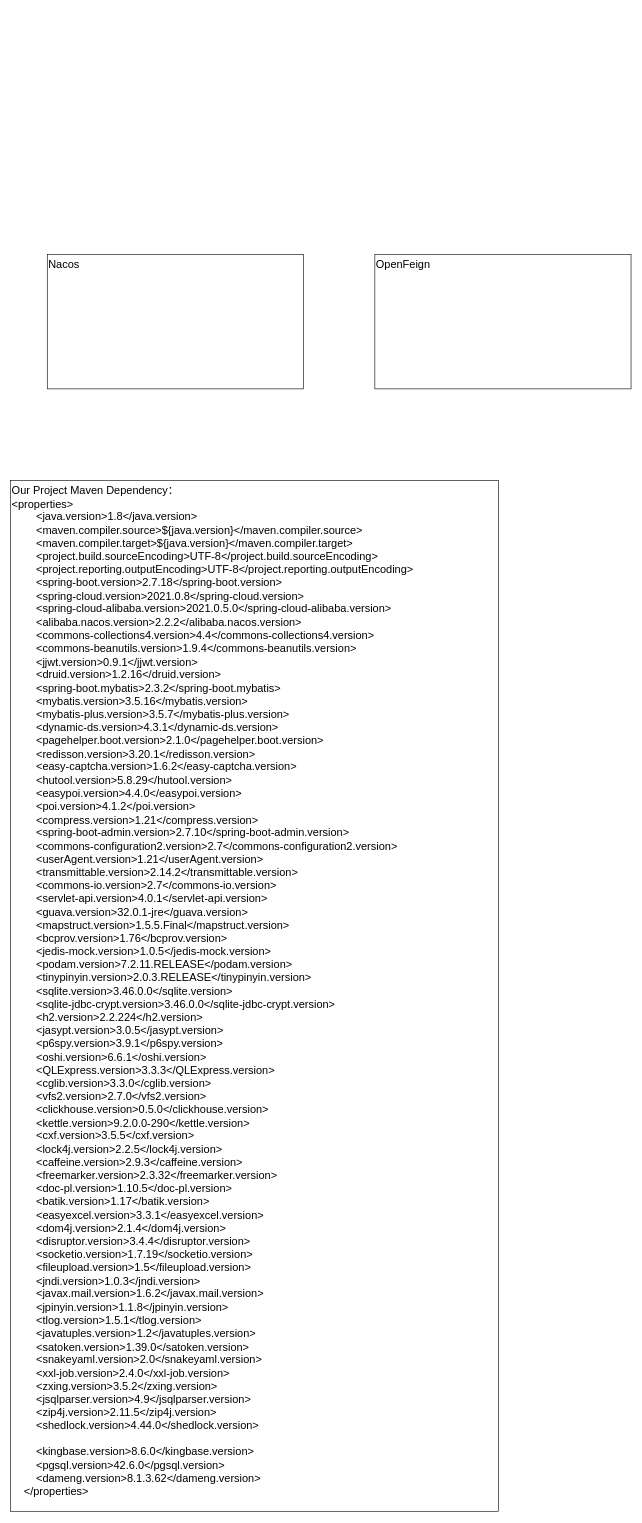
The draw.io diagram JAVA/微服务.drawio in KGwolf/MyDraw, before the edit. Source tidied: cells renumbered, new cells numbered last; positions are measured from the earlier drawing's top-left corner, leaving out a move shared by most shapes. Both pictures are drawn from the tidied source at 61%, with x=0, y=0 at pixel (10, 254).
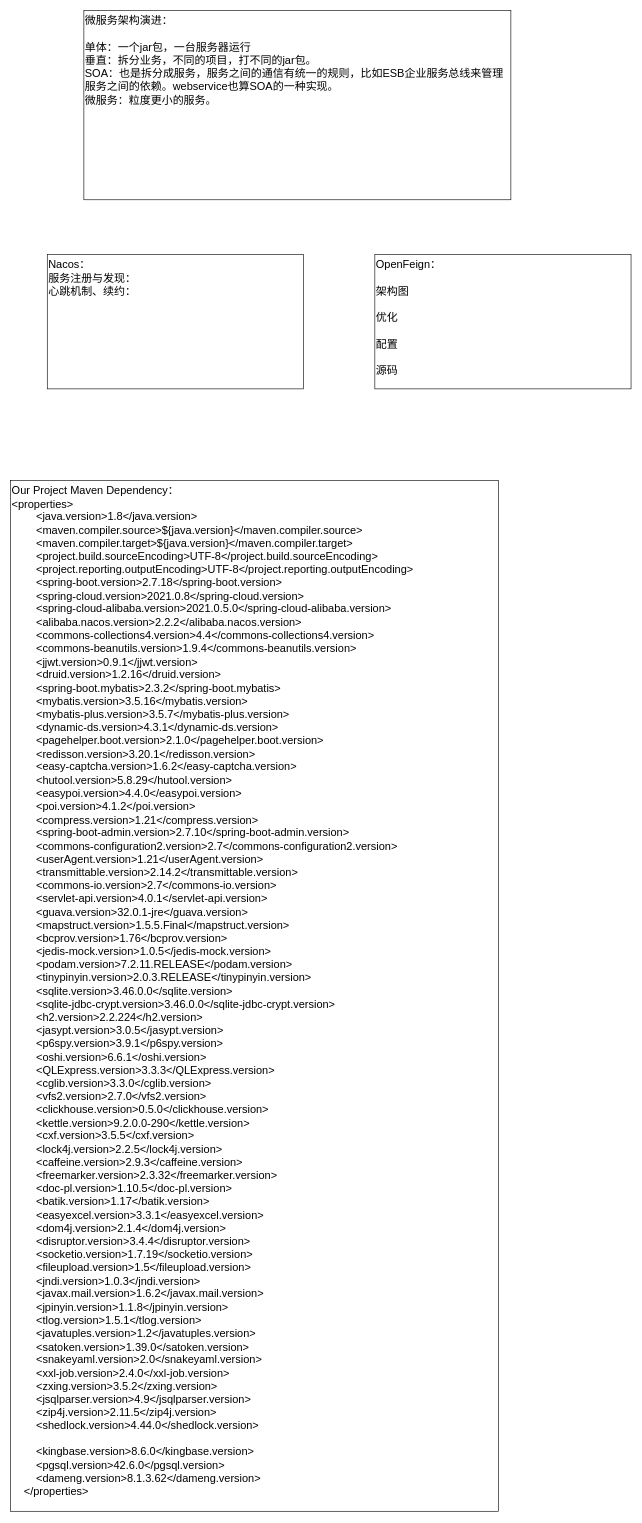
The same page after the edit.

Commit message:
更新微服务.drawio

Diff of the diagram source:
```diff
@@
 <mxGraphModel>
   <root>
     <mxCell id="0" />
     <mxCell id="1" parent="0" />
-    <mxCell id="2" value="Nacos&lt;div&gt;&lt;br&gt;&lt;/div&gt;" style="rounded=0;whiteSpace=wrap;html=1;fontSize=18;verticalAlign=top;align=left;" parent="1" vertex="1">
+    <mxCell id="2" value="Nacos：&lt;div&gt;服务注册与发现：&lt;/div&gt;&lt;div&gt;心跳机制、续约：&lt;br&gt;&lt;div&gt;&lt;br&gt;&lt;/div&gt;&lt;/div&gt;" style="rounded=0;whiteSpace=wrap;html=1;fontSize=18;verticalAlign=top;align=left;" parent="1" vertex="1">
       <mxGeometry x="60" width="420" height="220" as="geometry" />
     </mxCell>
-    <mxCell id="3" value="&lt;div&gt;OpenFeign&lt;/div&gt;" style="rounded=0;whiteSpace=wrap;html=1;fontSize=18;verticalAlign=top;align=left;" parent="1" vertex="1">
+    <mxCell id="3" value="&lt;div&gt;OpenFeign：&lt;/div&gt;&lt;div&gt;&lt;br&gt;&lt;/div&gt;&lt;div&gt;架构图&lt;/div&gt;&lt;div&gt;&lt;br&gt;&lt;/div&gt;&lt;div&gt;优化&lt;/div&gt;&lt;div&gt;&lt;br&gt;&lt;/div&gt;&lt;div&gt;配置&lt;/div&gt;&lt;div&gt;&lt;br&gt;&lt;/div&gt;&lt;div&gt;源码&lt;/div&gt;" style="rounded=0;whiteSpace=wrap;html=1;fontSize=18;verticalAlign=top;align=left;" parent="1" vertex="1">
       <mxGeometry x="597" width="420" height="220" as="geometry" />
     </mxCell>
     <mxCell id="4" value="Our Project Maven Dependency：&lt;div&gt;&lt;div&gt;&amp;lt;properties&amp;gt;&lt;/div&gt;&lt;div&gt;&amp;nbsp; &amp;nbsp; &amp;nbsp; &amp;nbsp; &amp;lt;java.version&amp;gt;1.8&amp;lt;/java.version&amp;gt;&lt;/div&gt;&lt;div&gt;&amp;nbsp; &amp;nbsp; &amp;nbsp; &amp;nbsp; &amp;lt;maven.compiler.source&amp;gt;${java.version}&amp;lt;/maven.compiler.source&amp;gt;&lt;/div&gt;&lt;div&gt;&amp;nbsp; &amp;nbsp; &amp;nbsp; &amp;nbsp; &amp;lt;maven.compiler.target&amp;gt;${java.version}&amp;lt;/maven.compiler.target&amp;gt;&lt;/div&gt;&lt;div&gt;&amp;nbsp; &amp;nbsp; &amp;nbsp; &amp;nbsp; &amp;lt;project.build.sourceEncoding&amp;gt;UTF-8&amp;lt;/project.build.sourceEncoding&amp;gt;&lt;/div&gt;&lt;div&gt;&amp;nbsp; &amp;nbsp; &amp;nbsp; &amp;nbsp; &amp;lt;project.reporting.outputEncoding&amp;gt;UTF-8&amp;lt;/project.reporting.outputEncoding&amp;gt;&lt;/div&gt;&lt;div&gt;&amp;nbsp; &amp;nbsp; &amp;nbsp; &amp;nbsp; &amp;lt;spring-boot.version&amp;gt;2.7.18&amp;lt;/spring-boot.version&amp;gt;&lt;/div&gt;&lt;div&gt;&amp;nbsp; &amp;nbsp; &amp;nbsp; &amp;nbsp; &amp;lt;spring-cloud.version&amp;gt;2021.0.8&amp;lt;/spring-cloud.version&amp;gt;&lt;/div&gt;&lt;div&gt;&amp;nbsp; &amp;nbsp; &amp;nbsp; &amp;nbsp; &amp;lt;spring-cloud-alibaba.version&amp;gt;2021.0.5.0&amp;lt;/spring-cloud-alibaba.version&amp;gt;&lt;/div&gt;&lt;div&gt;&amp;nbsp; &amp;nbsp; &amp;nbsp; &amp;nbsp; &amp;lt;alibaba.nacos.version&amp;gt;2.2.2&amp;lt;/alibaba.nacos.version&amp;gt;&lt;/div&gt;&lt;div&gt;&amp;nbsp; &amp;nbsp; &amp;nbsp; &amp;nbsp; &amp;lt;commons-collections4.version&amp;gt;4.4&amp;lt;/commons-collections4.version&amp;gt;&lt;/div&gt;&lt;div&gt;&amp;nbsp; &amp;nbsp; &amp;nbsp; &amp;nbsp; &amp;lt;commons-beanutils.version&amp;gt;1.9.4&amp;lt;/commons-beanutils.version&amp;gt;&lt;/div&gt;&lt;div&gt;&amp;nbsp; &amp;nbsp; &amp;nbsp; &amp;nbsp; &amp;lt;jjwt.version&amp;gt;0.9.1&amp;lt;/jjwt.version&amp;gt;&lt;/div&gt;&lt;div&gt;&amp;nbsp; &amp;nbsp; &amp;nbsp; &amp;nbsp; &amp;lt;druid.version&amp;gt;1.2.16&amp;lt;/druid.version&amp;gt;&lt;/div&gt;&lt;div&gt;&amp;nbsp; &amp;nbsp; &amp;nbsp; &amp;nbsp; &amp;lt;spring-boot.mybatis&amp;gt;2.3.2&amp;lt;/spring-boot.mybatis&amp;gt;&lt;/div&gt;&lt;div&gt;&amp;nbsp; &amp;nbsp; &amp;nbsp; &amp;nbsp; &amp;lt;mybatis.version&amp;gt;3.5.16&amp;lt;/mybatis.version&amp;gt;&lt;/div&gt;&lt;div&gt;&amp;nbsp; &amp;nbsp; &amp;nbsp; &amp;nbsp; &amp;lt;mybatis-plus.version&amp;gt;3.5.7&amp;lt;/mybatis-plus.version&amp;gt;&lt;/div&gt;&lt;div&gt;&amp;nbsp; &amp;nbsp; &amp;nbsp; &amp;nbsp; &amp;lt;dynamic-ds.version&amp;gt;4.3.1&amp;lt;/dynamic-ds.version&amp;gt;&lt;/div&gt;&lt;div&gt;&amp;nbsp; &amp;nbsp; &amp;nbsp; &amp;nbsp; &amp;lt;pagehelper.boot.version&amp;gt;2.1.0&amp;lt;/pagehelper.boot.version&amp;gt;&lt;/div&gt;&lt;div&gt;&amp;nbsp; &amp;nbsp; &amp;nbsp; &amp;nbsp; &amp;lt;redisson.version&amp;gt;3.20.1&amp;lt;/redisson.version&amp;gt;&lt;/div&gt;&lt;div&gt;&amp;nbsp; &amp;nbsp; &amp;nbsp; &amp;nbsp; &amp;lt;easy-captcha.version&amp;gt;1.6.2&amp;lt;/easy-captcha.version&amp;gt;&lt;/div&gt;&lt;div&gt;&amp;nbsp; &amp;nbsp; &amp;nbsp; &amp;nbsp; &amp;lt;hutool.version&amp;gt;5.8.29&amp;lt;/hutool.version&amp;gt;&lt;/div&gt;&lt;div&gt;&amp;nbsp; &amp;nbsp; &amp;nbsp; &amp;nbsp; &amp;lt;easypoi.version&amp;gt;4.4.0&amp;lt;/easypoi.version&amp;gt;&lt;/div&gt;&lt;div&gt;&amp;nbsp; &amp;nbsp; &amp;nbsp; &amp;nbsp; &amp;lt;poi.version&amp;gt;4.1.2&amp;lt;/poi.version&amp;gt;&lt;/div&gt;&lt;div&gt;&amp;nbsp; &amp;nbsp; &amp;nbsp; &amp;nbsp; &amp;lt;compress.version&amp;gt;1.21&amp;lt;/compress.version&amp;gt;&lt;/div&gt;&lt;div&gt;&amp;nbsp; &amp;nbsp; &amp;nbsp; &amp;nbsp; &amp;lt;spring-boot-admin.version&amp;gt;2.7.10&amp;lt;/spring-boot-admin.version&amp;gt;&lt;/div&gt;&lt;div&gt;&amp;nbsp; &amp;nbsp; &amp;nbsp; &amp;nbsp; &amp;lt;commons-configuration2.version&amp;gt;2.7&amp;lt;/commons-configuration2.version&amp;gt;&lt;/div&gt;&lt;div&gt;&amp;nbsp; &amp;nbsp; &amp;nbsp; &amp;nbsp; &amp;lt;userAgent.version&amp;gt;1.21&amp;lt;/userAgent.version&amp;gt;&lt;/div&gt;&lt;div&gt;&amp;nbsp; &amp;nbsp; &amp;nbsp; &amp;nbsp; &amp;lt;transmittable.version&amp;gt;2.14.2&amp;lt;/transmittable.version&amp;gt;&lt;/div&gt;&lt;div&gt;&amp;nbsp; &amp;nbsp; &amp;nbsp; &amp;nbsp; &amp;lt;commons-io.version&amp;gt;2.7&amp;lt;/commons-io.version&amp;gt;&lt;/div&gt;&lt;div&gt;&amp;nbsp; &amp;nbsp; &amp;nbsp; &amp;nbsp; &amp;lt;servlet-api.version&amp;gt;4.0.1&amp;lt;/servlet-api.version&amp;gt;&lt;/div&gt;&lt;div&gt;&amp;nbsp; &amp;nbsp; &amp;nbsp; &amp;nbsp; &amp;lt;guava.version&amp;gt;32.0.1-jre&amp;lt;/guava.version&amp;gt;&lt;/div&gt;&lt;div&gt;&amp;nbsp; &amp;nbsp; &amp;nbsp; &amp;nbsp; &amp;lt;mapstruct.version&amp;gt;1.5.5.Final&amp;lt;/mapstruct.version&amp;gt;&lt;/div&gt;&lt;div&gt;&amp;nbsp; &amp;nbsp; &amp;nbsp; &amp;nbsp; &amp;lt;bcprov.version&amp;gt;1.76&amp;lt;/bcprov.version&amp;gt;&lt;/div&gt;&lt;div&gt;&amp;nbsp; &amp;nbsp; &amp;nbsp; &amp;nbsp; &amp;lt;jedis-mock.version&amp;gt;1.0.5&amp;lt;/jedis-mock.version&amp;gt;&lt;/div&gt;&lt;div&gt;&amp;nbsp; &amp;nbsp; &amp;nbsp; &amp;nbsp; &amp;lt;podam.version&amp;gt;7.2.11.RELEASE&amp;lt;/podam.version&amp;gt;&lt;/div&gt;&lt;div&gt;&amp;nbsp; &amp;nbsp; &amp;nbsp; &amp;nbsp; &amp;lt;tinypinyin.version&amp;gt;2.0.3.RELEASE&amp;lt;/tinypinyin.version&amp;gt;&lt;/div&gt;&lt;div&gt;&amp;nbsp; &amp;nbsp; &amp;nbsp; &amp;nbsp; &amp;lt;sqlite.version&amp;gt;3.46.0.0&amp;lt;/sqlite.version&amp;gt;&lt;/div&gt;&lt;div&gt;&amp;nbsp; &amp;nbsp; &amp;nbsp; &amp;nbsp; &amp;lt;sqlite-jdbc-crypt.version&amp;gt;3.46.0.0&amp;lt;/sqlite-jdbc-crypt.version&amp;gt;&lt;/div&gt;&lt;div&gt;&amp;nbsp; &amp;nbsp; &amp;nbsp; &amp;nbsp; &amp;lt;h2.version&amp;gt;2.2.224&amp;lt;/h2.version&amp;gt;&lt;/div&gt;&lt;div&gt;&amp;nbsp; &amp;nbsp; &amp;nbsp; &amp;nbsp; &amp;lt;jasypt.version&amp;gt;3.0.5&amp;lt;/jasypt.version&amp;gt;&lt;/div&gt;&lt;div&gt;&amp;nbsp; &amp;nbsp; &amp;nbsp; &amp;nbsp; &amp;lt;p6spy.version&amp;gt;3.9.1&amp;lt;/p6spy.version&amp;gt;&lt;/div&gt;&lt;div&gt;&amp;nbsp; &amp;nbsp; &amp;nbsp; &amp;nbsp; &amp;lt;oshi.version&amp;gt;6.6.1&amp;lt;/oshi.version&amp;gt;&lt;/div&gt;&lt;div&gt;&amp;nbsp; &amp;nbsp; &amp;nbsp; &amp;nbsp; &amp;lt;QLExpress.version&amp;gt;3.3.3&amp;lt;/QLExpress.version&amp;gt;&lt;/div&gt;&lt;div&gt;&amp;nbsp; &amp;nbsp; &amp;nbsp; &amp;nbsp; &amp;lt;cglib.version&amp;gt;3.3.0&amp;lt;/cglib.version&amp;gt;&lt;/div&gt;&lt;div&gt;&amp;nbsp; &amp;nbsp; &amp;nbsp; &amp;nbsp; &amp;lt;vfs2.version&amp;gt;2.7.0&amp;lt;/vfs2.version&amp;gt;&lt;/div&gt;&lt;div&gt;&amp;nbsp; &amp;nbsp; &amp;nbsp; &amp;nbsp; &amp;lt;clickhouse.version&amp;gt;0.5.0&amp;lt;/clickhouse.version&amp;gt;&lt;/div&gt;&lt;div&gt;&amp;nbsp; &amp;nbsp; &amp;nbsp; &amp;nbsp; &amp;lt;kettle.version&amp;gt;9.2.0.0-290&amp;lt;/kettle.version&amp;gt;&lt;/div&gt;&lt;div&gt;&amp;nbsp; &amp;nbsp; &amp;nbsp; &amp;nbsp; &amp;lt;cxf.version&amp;gt;3.5.5&amp;lt;/cxf.version&amp;gt;&lt;/div&gt;&lt;div&gt;&amp;nbsp; &amp;nbsp; &amp;nbsp; &amp;nbsp; &amp;lt;lock4j.version&amp;gt;2.2.5&amp;lt;/lock4j.version&amp;gt;&lt;/div&gt;&lt;div&gt;&amp;nbsp; &amp;nbsp; &amp;nbsp; &amp;nbsp; &amp;lt;caffeine.version&amp;gt;2.9.3&amp;lt;/caffeine.version&amp;gt;&lt;/div&gt;&lt;div&gt;&amp;nbsp; &amp;nbsp; &amp;nbsp; &amp;nbsp; &amp;lt;freemarker.version&amp;gt;2.3.32&amp;lt;/freemarker.version&amp;gt;&lt;/div&gt;&lt;div&gt;&amp;nbsp; &amp;nbsp; &amp;nbsp; &amp;nbsp; &amp;lt;doc-pl.version&amp;gt;1.10.5&amp;lt;/doc-pl.version&amp;gt;&lt;/div&gt;&lt;div&gt;&amp;nbsp; &amp;nbsp; &amp;nbsp; &amp;nbsp; &amp;lt;batik.version&amp;gt;1.17&amp;lt;/batik.version&amp;gt;&lt;/div&gt;&lt;div&gt;&amp;nbsp; &amp;nbsp; &amp;nbsp; &amp;nbsp; &amp;lt;easyexcel.version&amp;gt;3.3.1&amp;lt;/easyexcel.version&amp;gt;&lt;/div&gt;&lt;div&gt;&amp;nbsp; &amp;nbsp; &amp;nbsp; &amp;nbsp; &amp;lt;dom4j.version&amp;gt;2.1.4&amp;lt;/dom4j.version&amp;gt;&lt;/div&gt;&lt;div&gt;&amp;nbsp; &amp;nbsp; &amp;nbsp; &amp;nbsp; &amp;lt;disruptor.version&amp;gt;3.4.4&amp;lt;/disruptor.version&amp;gt;&lt;/div&gt;&lt;div&gt;&amp;nbsp; &amp;nbsp; &amp;nbsp; &amp;nbsp; &amp;lt;socketio.version&amp;gt;1.7.19&amp;lt;/socketio.version&amp;gt;&lt;/div&gt;&lt;div&gt;&amp;nbsp; &amp;nbsp; &amp;nbsp; &amp;nbsp; &amp;lt;fileupload.version&amp;gt;1.5&amp;lt;/fileupload.version&amp;gt;&lt;/div&gt;&lt;div&gt;&amp;nbsp; &amp;nbsp; &amp;nbsp; &amp;nbsp; &amp;lt;jndi.version&amp;gt;1.0.3&amp;lt;/jndi.version&amp;gt;&lt;/div&gt;&lt;div&gt;&amp;nbsp; &amp;nbsp; &amp;nbsp; &amp;nbsp; &amp;lt;javax.mail.version&amp;gt;1.6.2&amp;lt;/javax.mail.version&amp;gt;&lt;/div&gt;&lt;div&gt;&amp;nbsp; &amp;nbsp; &amp;nbsp; &amp;nbsp; &amp;lt;jpinyin.version&amp;gt;1.1.8&amp;lt;/jpinyin.version&amp;gt;&lt;/div&gt;&lt;div&gt;&amp;nbsp; &amp;nbsp; &amp;nbsp; &amp;nbsp; &amp;lt;tlog.version&amp;gt;1.5.1&amp;lt;/tlog.version&amp;gt;&lt;/div&gt;&lt;div&gt;&amp;nbsp; &amp;nbsp; &amp;nbsp; &amp;nbsp; &amp;lt;javatuples.version&amp;gt;1.2&amp;lt;/javatuples.version&amp;gt;&lt;/div&gt;&lt;div&gt;&amp;nbsp; &amp;nbsp; &amp;nbsp; &amp;nbsp; &amp;lt;satoken.version&amp;gt;1.39.0&amp;lt;/satoken.version&amp;gt;&lt;/div&gt;&lt;div&gt;&amp;nbsp; &amp;nbsp; &amp;nbsp; &amp;nbsp; &amp;lt;snakeyaml.version&amp;gt;2.0&amp;lt;/snakeyaml.version&amp;gt;&lt;/div&gt;&lt;div&gt;&amp;nbsp; &amp;nbsp; &amp;nbsp; &amp;nbsp; &amp;lt;xxl-job.version&amp;gt;2.4.0&amp;lt;/xxl-job.version&amp;gt;&lt;/div&gt;&lt;div&gt;&amp;nbsp; &amp;nbsp; &amp;nbsp; &amp;nbsp; &amp;lt;zxing.version&amp;gt;3.5.2&amp;lt;/zxing.version&amp;gt;&lt;/div&gt;&lt;div&gt;&amp;nbsp; &amp;nbsp; &amp;nbsp; &amp;nbsp; &amp;lt;jsqlparser.version&amp;gt;4.9&amp;lt;/jsqlparser.version&amp;gt;&lt;/div&gt;&lt;div&gt;&amp;nbsp; &amp;nbsp; &amp;nbsp; &amp;nbsp; &amp;lt;zip4j.version&amp;gt;2.11.5&amp;lt;/zip4j.version&amp;gt;&lt;/div&gt;&lt;div&gt;&amp;nbsp; &amp;nbsp; &amp;nbsp; &amp;nbsp; &amp;lt;shedlock.version&amp;gt;4.44.0&amp;lt;/shedlock.version&amp;gt;&lt;/div&gt;&lt;div&gt;&lt;br&gt;&lt;/div&gt;&lt;div&gt;&amp;nbsp; &amp;nbsp; &amp;nbsp; &amp;nbsp; &amp;lt;kingbase.version&amp;gt;8.6.0&amp;lt;/kingbase.version&amp;gt;&lt;/div&gt;&lt;div&gt;&amp;nbsp; &amp;nbsp; &amp;nbsp; &amp;nbsp; &amp;lt;pgsql.version&amp;gt;42.6.0&amp;lt;/pgsql.version&amp;gt;&lt;/div&gt;&lt;div&gt;&amp;nbsp; &amp;nbsp; &amp;nbsp; &amp;nbsp; &amp;lt;dameng.version&amp;gt;8.1.3.62&amp;lt;/dameng.version&amp;gt;&lt;/div&gt;&lt;div&gt;&amp;nbsp; &amp;nbsp; &amp;lt;/properties&amp;gt;&lt;/div&gt;&lt;div&gt;&lt;br&gt;&lt;/div&gt;&lt;/div&gt;" style="rounded=0;whiteSpace=wrap;html=1;fontSize=18;verticalAlign=top;align=left;" parent="1" vertex="1">
       <mxGeometry y="370" width="800" height="1690" as="geometry" />
     </mxCell>
+    <mxCell id="5" value="微服务架构演进：&lt;div&gt;&lt;br&gt;&lt;/div&gt;&lt;div&gt;单体：一个jar包，一台服务器运行&lt;/div&gt;&lt;div&gt;垂直：拆分业务，不同的项目，打不同的jar包。&lt;/div&gt;&lt;div&gt;SOA：也是拆分成服务，服务之间的通信有统一的规则，比如ESB企业服务总线来管理服务之间的依赖。webservice也算SOA的一种实现。&lt;/div&gt;&lt;div&gt;微服务：粒度更小的服务。&lt;br&gt;&lt;div&gt;&lt;br&gt;&lt;/div&gt;&lt;/div&gt;" style="rounded=0;whiteSpace=wrap;html=1;fontSize=18;verticalAlign=top;align=left;" parent="1" vertex="1">
+      <mxGeometry x="120" y="-400" width="700" height="310" as="geometry" />
+    </mxCell>
   </root>
 </mxGraphModel>
```
